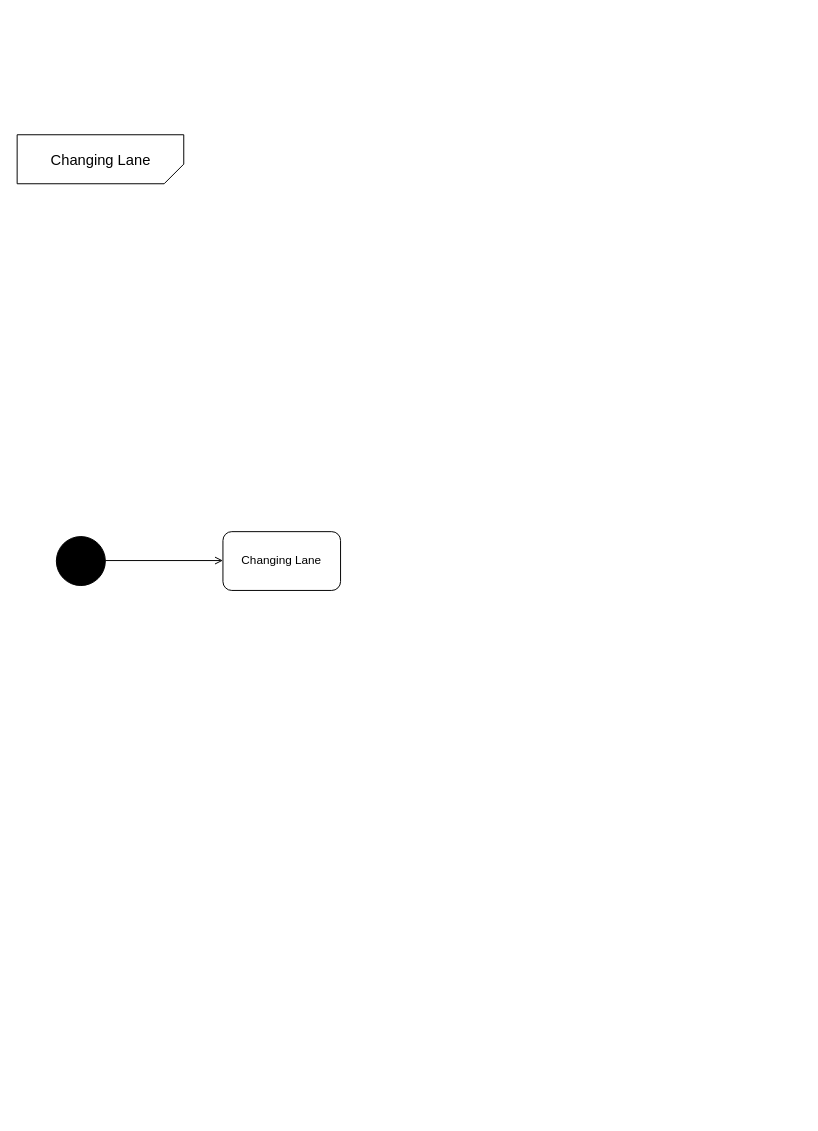
Above: page "changing lane" (5 of 5) of state-diagram.drawio in gordonpn/soen331-assignment2 (draw.io), before the change. Source tidied: cells renumbered, new cells numbered last; positions are measured from the earlier drawing's top-left corner, leaving out a move shared by most shapes. Both pictures are drawn from the tidied source at 98%, with x=0, y=0 at pixel (17, 134).
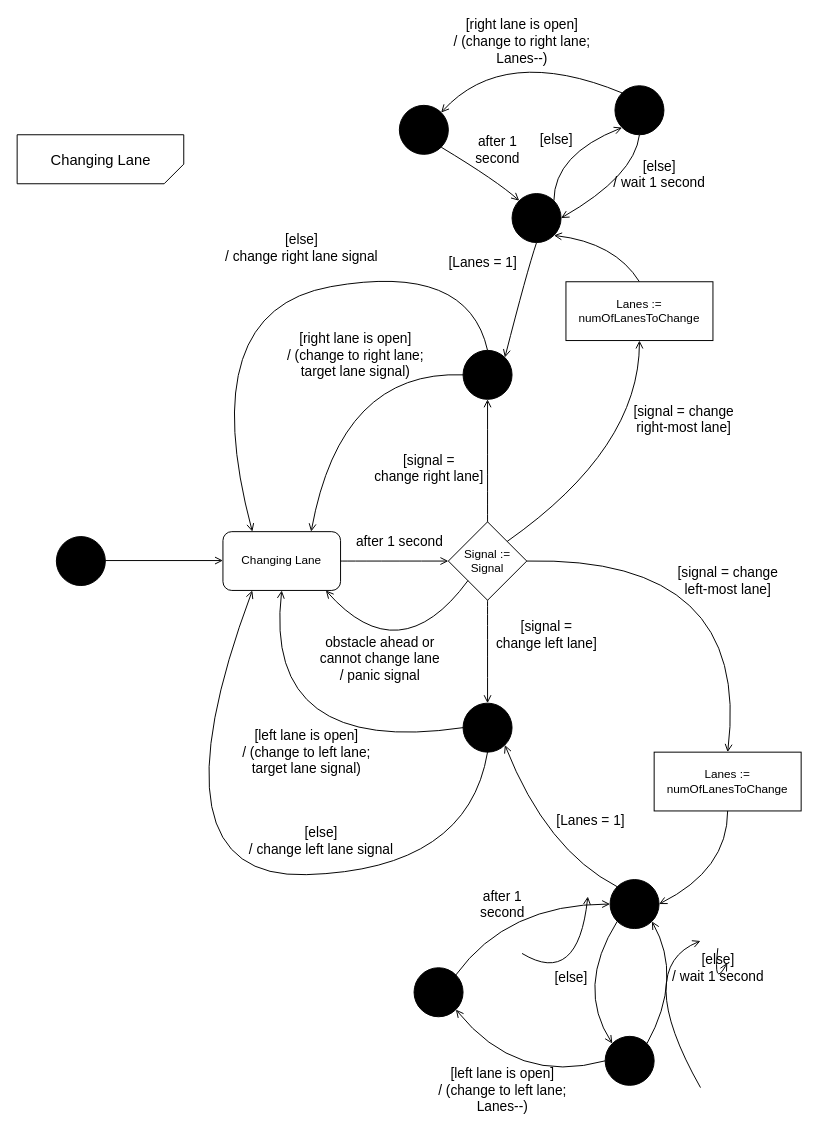
The same diagram, later.

Commit message (it also covers changes not shown here):
completed changing lane sub-state diagram

The change refers to these unchanged cells:
```xml
<mxCell id="6" value="Changing Lane" style="rounded=1;whiteSpace=wrap;html=1;shadow=0;strokeColor=#000000;fillColor=#FFFFFF;align=center;" parent="1" vertex="1">
  <mxGeometry x="210" y="405" width="120" height="60" as="geometry" />
</mxCell>
```

Diff of the diagram source:
```diff
@@
+    <mxCell id="7" value="Signal := Signal" style="rhombus;whiteSpace=wrap;html=1;shadow=0;strokeColor=#000000;fillColor=#FFFFFF;align=center;" parent="1" vertex="1">
+      <mxGeometry x="440" y="395" width="80" height="80" as="geometry" />
+    </mxCell>
+    <mxCell id="8" style="curved=1;endArrow=open;html=1;endFill=0;entryX=0;entryY=0.5;entryDx=0;entryDy=0;exitX=1;exitY=0.5;exitDx=0;exitDy=0;" parent="1" edge="1" source="6" target="7">
+      <mxGeometry relative="1" as="geometry" />
+    </mxCell>
+    <mxCell id="9" value="&lt;span style=&quot;font-size: 14px&quot;&gt;after 1 second&lt;/span&gt;" style="text;html=1;align=center;verticalAlign=middle;" parent="1" vertex="1">
+      <mxGeometry x="340" y="405" width="100" height="20" as="geometry" />
+    </mxCell>
+    <mxCell id="10" style="curved=1;endArrow=open;html=1;endFill=0;entryX=0.5;entryY=0;entryDx=0;entryDy=0;exitX=0.5;exitY=1;exitDx=0;exitDy=0;" parent="1" edge="1" source="7" target="29">
+      <mxGeometry relative="1" as="geometry" />
+    </mxCell>
+    <mxCell id="11" value="&lt;span style=&quot;font-size: 14px&quot;&gt;[signal =&lt;br&gt;change left lane]&lt;br&gt;&lt;/span&gt;" style="text;html=1;align=center;verticalAlign=middle;" parent="1" vertex="1">
+      <mxGeometry x="480" y="490" width="120" height="40" as="geometry" />
+    </mxCell>
+    <mxCell id="12" value="&lt;span style=&quot;font-size: 14px&quot;&gt;[signal =&lt;br&gt;change right lane]&lt;br&gt;&lt;/span&gt;" style="text;html=1;align=center;verticalAlign=middle;" parent="1" vertex="1">
+      <mxGeometry x="355" y="320" width="130" height="40" as="geometry" />
+    </mxCell>
+    <mxCell id="13" style="curved=1;endArrow=open;html=1;endFill=0;exitX=0.5;exitY=0;exitDx=0;exitDy=0;entryX=0.5;entryY=1;entryDx=0;entryDy=0;" parent="1" edge="1" source="7" target="28">
+      <mxGeometry relative="1" as="geometry" />
+    </mxCell>
+    <mxCell id="14" style="curved=1;endArrow=open;html=1;endFill=0;exitX=0;exitY=1;exitDx=0;exitDy=0;entryX=0.875;entryY=1;entryDx=0;entryDy=0;entryPerimeter=0;" parent="1" edge="1" source="7" target="6">
+      <mxGeometry relative="1" as="geometry">
+        <Array as="points">
+          <mxPoint x="390" y="550" />
+        </Array>
+      </mxGeometry>
+    </mxCell>
+    <mxCell id="15" value="&lt;span style=&quot;font-size: 14px&quot;&gt;obstacle ahead or&lt;br&gt;cannot change lane&lt;br&gt;/ panic signal&lt;br&gt;&lt;/span&gt;" style="text;html=1;align=center;verticalAlign=middle;" parent="1" vertex="1">
+      <mxGeometry x="300" y="510" width="140" height="50" as="geometry" />
+    </mxCell>
+    <mxCell id="16" style="curved=1;endArrow=open;html=1;endFill=0;entryX=0.75;entryY=0;entryDx=0;entryDy=0;exitX=0;exitY=0.5;exitDx=0;exitDy=0;" parent="1" edge="1" source="28" target="6">
+      <mxGeometry relative="1" as="geometry">
+        <Array as="points">
+          <mxPoint x="330" y="240" />
+        </Array>
+      </mxGeometry>
+    </mxCell>
+    <mxCell id="17" value="&lt;span style=&quot;font-size: 14px&quot;&gt;[right lane is open]&lt;br&gt;/ (change to right lane;&lt;br&gt;target lane signal)&lt;br&gt;&lt;/span&gt;" style="text;html=1;align=center;verticalAlign=middle;" parent="1" vertex="1">
+      <mxGeometry x="270" y="200" width="150" height="50" as="geometry" />
+    </mxCell>
+    <mxCell id="18" style="curved=1;endArrow=open;html=1;endFill=0;exitX=1;exitY=0;exitDx=0;exitDy=0;entryX=0.5;entryY=1;entryDx=0;entryDy=0;" parent="1" edge="1" source="7" target="42">
+      <mxGeometry relative="1" as="geometry">
+        <Array as="points">
+          <mxPoint x="635" y="320" />
+        </Array>
+      </mxGeometry>
+    </mxCell>
+    <mxCell id="19" style="curved=1;endArrow=open;html=1;endFill=0;exitX=0;exitY=0.5;exitDx=0;exitDy=0;entryX=0.5;entryY=1;entryDx=0;entryDy=0;" parent="1" edge="1" source="29" target="6">
+      <mxGeometry relative="1" as="geometry">
+        <Array as="points">
+          <mxPoint x="250" y="635" />
+        </Array>
+      </mxGeometry>
+    </mxCell>
+    <mxCell id="20" value="&lt;span style=&quot;font-size: 14px&quot;&gt;[left lane is open]&lt;br&gt;/ (change to left lane; &lt;br&gt;target lane signal)&lt;br&gt;&lt;/span&gt;" style="text;html=1;align=center;verticalAlign=middle;" parent="1" vertex="1">
+      <mxGeometry x="220" y="605" width="150" height="50" as="geometry" />
+    </mxCell>
+    <mxCell id="21" style="curved=1;endArrow=open;html=1;endFill=0;exitX=1;exitY=0.5;exitDx=0;exitDy=0;entryX=0.5;entryY=0;entryDx=0;entryDy=0;" parent="1" edge="1" source="7" target="45">
+      <mxGeometry relative="1" as="geometry">
+        <Array as="points">
+          <mxPoint x="750" y="430" />
+        </Array>
+      </mxGeometry>
+    </mxCell>
+    <mxCell id="22" value="&lt;span style=&quot;font-size: 14px&quot;&gt;[signal = change&lt;br&gt;right-most lane]&lt;br&gt;&lt;/span&gt;" style="text;html=1;align=center;verticalAlign=middle;" parent="1" vertex="1">
+      <mxGeometry x="620" y="270" width="120" height="40" as="geometry" />
+    </mxCell>
+    <mxCell id="23" value="&lt;span style=&quot;font-size: 14px&quot;&gt;[signal = change&lt;br&gt;left-most lane]&lt;br&gt;&lt;/span&gt;" style="text;html=1;align=center;verticalAlign=middle;" parent="1" vertex="1">
+      <mxGeometry x="665" y="435" width="120" height="40" as="geometry" />
+    </mxCell>
+    <mxCell id="24" style="curved=1;endArrow=open;html=1;endFill=0;exitX=0.5;exitY=1;exitDx=0;exitDy=0;entryX=0.25;entryY=1;entryDx=0;entryDy=0;" parent="1" edge="1" source="29" target="6">
+      <mxGeometry relative="1" as="geometry">
+        <Array as="points">
+          <mxPoint x="460" y="750" />
+          <mxPoint x="130" y="760" />
+        </Array>
+      </mxGeometry>
+    </mxCell>
+    <mxCell id="25" value="&lt;span style=&quot;font-size: 14px&quot;&gt;[else]&lt;br&gt;/ change left lane signal&lt;br&gt;&lt;/span&gt;" style="text;html=1;align=center;verticalAlign=middle;" parent="1" vertex="1">
+      <mxGeometry x="230" y="700" width="160" height="40" as="geometry" />
+    </mxCell>
+    <mxCell id="26" style="curved=1;endArrow=open;html=1;endFill=0;exitX=0.5;exitY=0;exitDx=0;exitDy=0;entryX=0.25;entryY=0;entryDx=0;entryDy=0;" parent="1" edge="1" source="28" target="6">
+      <mxGeometry relative="1" as="geometry">
+        <Array as="points">
+          <mxPoint x="460" y="130" />
+          <mxPoint x="180" y="180" />
+        </Array>
+      </mxGeometry>
+    </mxCell>
+    <mxCell id="27" value="&lt;span style=&quot;font-size: 14px&quot;&gt;[else]&lt;br&gt;/ change right lane signal&lt;br&gt;&lt;/span&gt;" style="text;html=1;align=center;verticalAlign=middle;" parent="1" vertex="1">
+      <mxGeometry x="205" y="95" width="170" height="40" as="geometry" />
+    </mxCell>
+    <mxCell id="28" style="ellipse;whiteSpace=wrap;html=1;align=center;fillColor=#000000;" parent="1" vertex="1">
+      <mxGeometry x="455" y="220" width="50" height="50" as="geometry" />
+    </mxCell>
+    <mxCell id="29" style="ellipse;whiteSpace=wrap;html=1;align=center;fillColor=#000000;" parent="1" vertex="1">
+      <mxGeometry x="455" y="580" width="50" height="50" as="geometry" />
+    </mxCell>
+    <mxCell id="30" style="curved=1;endArrow=open;html=1;endFill=0;entryX=1;entryY=0;entryDx=0;entryDy=0;exitX=0.5;exitY=1;exitDx=0;exitDy=0;" parent="1" edge="1" source="38" target="28">
+      <mxGeometry relative="1" as="geometry">
+        <Array as="points">
+          <mxPoint x="520" y="140" />
+        </Array>
+      </mxGeometry>
+    </mxCell>
+    <mxCell id="31" value="&lt;span style=&quot;font-size: 14px&quot;&gt;[Lanes = 1]&lt;br&gt;&lt;/span&gt;" style="text;html=1;align=center;verticalAlign=middle;" parent="1" vertex="1">
+      <mxGeometry x="430" y="120" width="90" height="20" as="geometry" />
+    </mxCell>
+    <mxCell id="32" value="&lt;span style=&quot;font-size: 14px&quot;&gt;[else]&lt;br&gt;&lt;/span&gt;" style="text;html=1;align=center;verticalAlign=middle;" parent="1" vertex="1">
+      <mxGeometry x="525" y="-5" width="50" height="20" as="geometry" />
+    </mxCell>
+    <mxCell id="33" style="ellipse;whiteSpace=wrap;html=1;align=center;fillColor=#000000;" parent="1" vertex="1">
+      <mxGeometry x="610" y="-50" width="50" height="50" as="geometry" />
+    </mxCell>
+    <mxCell id="34" style="curved=1;endArrow=open;html=1;endFill=0;entryX=0;entryY=1;entryDx=0;entryDy=0;exitX=1;exitY=0;exitDx=0;exitDy=0;" parent="1" edge="1" source="38" target="33">
+      <mxGeometry relative="1" as="geometry">
+        <Array as="points">
+          <mxPoint x="548" y="20" />
+        </Array>
+      </mxGeometry>
+    </mxCell>
+    <mxCell id="35" style="curved=1;endArrow=open;html=1;endFill=0;exitX=0;exitY=0;exitDx=0;exitDy=0;entryX=1;entryY=0;entryDx=0;entryDy=0;" parent="1" edge="1" source="33" target="36">
+      <mxGeometry relative="1" as="geometry">
+        <Array as="points">
+          <mxPoint x="496.2" y="-92.7" />
+        </Array>
+      </mxGeometry>
+    </mxCell>
+    <mxCell id="36" style="ellipse;whiteSpace=wrap;html=1;align=center;fillColor=#000000;" parent="1" vertex="1">
+      <mxGeometry x="390" y="-30" width="50" height="50" as="geometry" />
+    </mxCell>
+    <mxCell id="37" value="&lt;span style=&quot;font-size: 14px&quot;&gt;[right lane is open]&lt;br&gt;/ (change to right lane;&lt;br&gt;Lanes--)&lt;br&gt;&lt;/span&gt;" style="text;html=1;align=center;verticalAlign=middle;" parent="1" vertex="1">
+      <mxGeometry x="440" y="-120" width="150" height="50" as="geometry" />
+    </mxCell>
+    <mxCell id="38" style="ellipse;whiteSpace=wrap;html=1;align=center;fillColor=#000000;" parent="1" vertex="1">
+      <mxGeometry x="505" y="60" width="50" height="50" as="geometry" />
+    </mxCell>
+    <mxCell id="39" style="curved=1;endArrow=open;html=1;endFill=0;entryX=1;entryY=1;entryDx=0;entryDy=0;exitX=0.5;exitY=0;exitDx=0;exitDy=0;" parent="1" edge="1" source="42" target="38">
+      <mxGeometry relative="1" as="geometry">
+        <Array as="points">
+          <mxPoint x="610" y="110" />
+        </Array>
+      </mxGeometry>
+    </mxCell>
+    <mxCell id="40" value="&lt;span style=&quot;font-size: 14px&quot;&gt;after 1&lt;br&gt;second&lt;br&gt;&lt;/span&gt;" style="text;html=1;align=center;verticalAlign=middle;" parent="1" vertex="1">
+      <mxGeometry x="460" y="-5" width="60" height="40" as="geometry" />
+    </mxCell>
+    <mxCell id="41" style="curved=1;endArrow=open;html=1;endFill=0;entryX=0;entryY=0;entryDx=0;entryDy=0;exitX=1;exitY=1;exitDx=0;exitDy=0;" parent="1" edge="1" source="36" target="38">
+      <mxGeometry relative="1" as="geometry">
+        <Array as="points">
+          <mxPoint x="490" y="47.3" />
+        </Array>
+      </mxGeometry>
+    </mxCell>
+    <mxCell id="42" value="Lanes := numOfLanesToChange" style="rounded=0;whiteSpace=wrap;html=1;shadow=0;strokeColor=#000000;fillColor=#FFFFFF;align=center;" parent="1" vertex="1">
+      <mxGeometry x="560" y="150" width="150" height="60" as="geometry" />
+    </mxCell>
+    <mxCell id="43" value="&lt;span style=&quot;font-size: 14px&quot;&gt;[else]&lt;br&gt;/ wait 1 second&lt;br&gt;&lt;/span&gt;" style="text;html=1;align=center;verticalAlign=middle;" parent="1" vertex="1">
+      <mxGeometry x="600" y="20" width="110" height="40" as="geometry" />
+    </mxCell>
+    <mxCell id="44" style="curved=1;endArrow=open;html=1;endFill=0;entryX=1;entryY=0.5;entryDx=0;entryDy=0;exitX=0.5;exitY=1;exitDx=0;exitDy=0;" parent="1" edge="1" source="33" target="38">
+      <mxGeometry relative="1" as="geometry">
+        <Array as="points">
+          <mxPoint x="630" y="42" />
+        </Array>
+      </mxGeometry>
+    </mxCell>
+    <mxCell id="45" value="Lanes := numOfLanesToChange" style="rounded=0;whiteSpace=wrap;html=1;shadow=0;strokeColor=#000000;fillColor=#FFFFFF;align=center;" parent="1" vertex="1">
+      <mxGeometry x="650" y="630" width="150" height="60" as="geometry" />
+    </mxCell>
+    <mxCell id="46" style="curved=1;endArrow=open;html=1;endFill=0;exitX=0.5;exitY=1;exitDx=0;exitDy=0;entryX=1;entryY=0.5;entryDx=0;entryDy=0;" parent="1" edge="1" source="45" target="50">
+      <mxGeometry relative="1" as="geometry">
+        <Array as="points">
+          <mxPoint x="725" y="750" />
+        </Array>
+      </mxGeometry>
+    </mxCell>
+    <mxCell id="47" style="curved=1;endArrow=open;html=1;endFill=0;entryX=1;entryY=0.5;entryDx=0;entryDy=0;exitX=0.5;exitY=1;exitDx=0;exitDy=0;" parent="1" edge="1">
+      <mxGeometry relative="1" as="geometry">
+        <mxPoint x="715" y="830" as="sourcePoint" />
+        <mxPoint x="724.6" y="845" as="targetPoint" />
+        <Array as="points">
+          <mxPoint x="710" y="872" />
+        </Array>
+      </mxGeometry>
+    </mxCell>
+    <mxCell id="48" style="curved=1;endArrow=open;html=1;endFill=0;entryX=0;entryY=1;entryDx=0;entryDy=0;exitX=1;exitY=0;exitDx=0;exitDy=0;" parent="1" edge="1">
+      <mxGeometry relative="1" as="geometry">
+        <mxPoint x="697.3" y="972.3" as="sourcePoint" />
+        <mxPoint x="697.3" y="822.7" as="targetPoint" />
+        <Array as="points">
+          <mxPoint x="628" y="850" />
+        </Array>
+      </mxGeometry>
+    </mxCell>
+    <mxCell id="49" style="curved=1;endArrow=open;html=1;endFill=0;entryX=0;entryY=0;entryDx=0;entryDy=0;exitX=1;exitY=1;exitDx=0;exitDy=0;" parent="1" edge="1">
+      <mxGeometry relative="1" as="geometry">
+        <mxPoint x="515.2" y="835.4" as="sourcePoint" />
+        <mxPoint x="582.3" y="777.3" as="targetPoint" />
+        <Array as="points">
+          <mxPoint x="572.5" y="870" />
+        </Array>
+      </mxGeometry>
+    </mxCell>
+    <mxCell id="50" style="ellipse;whiteSpace=wrap;html=1;align=center;fillColor=#000000;" parent="1" vertex="1">
+      <mxGeometry x="605" y="760" width="50" height="50" as="geometry" />
+    </mxCell>
+    <mxCell id="51" value="&lt;span style=&quot;font-size: 14px&quot;&gt;[Lanes = 1]&lt;br&gt;&lt;/span&gt;" style="text;html=1;align=center;verticalAlign=middle;" parent="1" vertex="1">
+      <mxGeometry x="540" y="690" width="90" height="20" as="geometry" />
+    </mxCell>
+    <mxCell id="52" style="curved=1;endArrow=open;html=1;endFill=0;entryX=1;entryY=1;entryDx=0;entryDy=0;exitX=0;exitY=0;exitDx=0;exitDy=0;" parent="1" edge="1" source="50" target="29">
+      <mxGeometry relative="1" as="geometry">
+        <Array as="points">
+          <mxPoint x="540" y="730" />
+        </Array>
+      </mxGeometry>
+    </mxCell>
+    <mxCell id="53" style="ellipse;whiteSpace=wrap;html=1;align=center;fillColor=#000000;" parent="1" vertex="1">
+      <mxGeometry x="600" y="920" width="50" height="50" as="geometry" />
+    </mxCell>
+    <mxCell id="54" style="curved=1;endArrow=open;html=1;endFill=0;exitX=0;exitY=1;exitDx=0;exitDy=0;entryX=0;entryY=0;entryDx=0;entryDy=0;" parent="1" edge="1" source="50" target="53">
+      <mxGeometry relative="1" as="geometry">
+        <Array as="points">
+          <mxPoint x="570" y="870" />
+        </Array>
+      </mxGeometry>
+    </mxCell>
+    <mxCell id="55" style="curved=1;endArrow=open;html=1;endFill=0;entryX=1;entryY=1;entryDx=0;entryDy=0;exitX=1;exitY=0;exitDx=0;exitDy=0;" parent="1" edge="1" source="53" target="50">
+      <mxGeometry relative="1" as="geometry">
+        <Array as="points">
+          <mxPoint x="680" y="860" />
+        </Array>
+      </mxGeometry>
+    </mxCell>
+    <mxCell id="56" value="&lt;span style=&quot;font-size: 14px&quot;&gt;[else]&lt;br&gt;/ wait 1 second&lt;br&gt;&lt;/span&gt;" style="text;html=1;align=center;verticalAlign=middle;" parent="1" vertex="1">
+      <mxGeometry x="660" y="830" width="110" height="40" as="geometry" />
+    </mxCell>
+    <mxCell id="57" value="&lt;span style=&quot;font-size: 14px&quot;&gt;[else]&lt;br&gt;&lt;/span&gt;" style="text;html=1;align=center;verticalAlign=middle;" parent="1" vertex="1">
+      <mxGeometry x="540" y="850" width="50" height="20" as="geometry" />
+    </mxCell>
+    <mxCell id="58" style="ellipse;whiteSpace=wrap;html=1;align=center;fillColor=#000000;" parent="1" vertex="1">
+      <mxGeometry x="405" y="850" width="50" height="50" as="geometry" />
+    </mxCell>
+    <mxCell id="59" style="curved=1;endArrow=open;html=1;endFill=0;entryX=0;entryY=0.5;entryDx=0;entryDy=0;exitX=1;exitY=0;exitDx=0;exitDy=0;" parent="1" edge="1" source="58" target="50">
+      <mxGeometry relative="1" as="geometry">
+        <Array as="points">
+          <mxPoint x="500" y="785" />
+        </Array>
+      </mxGeometry>
+    </mxCell>
+    <mxCell id="60" value="&lt;span style=&quot;font-size: 14px&quot;&gt;after 1&lt;br&gt;second&lt;br&gt;&lt;/span&gt;" style="text;html=1;align=center;verticalAlign=middle;" parent="1" vertex="1">
+      <mxGeometry x="465" y="765" width="60" height="40" as="geometry" />
+    </mxCell>
+    <mxCell id="61" style="curved=1;endArrow=open;html=1;endFill=0;exitX=0;exitY=0.5;exitDx=0;exitDy=0;entryX=1;entryY=1;entryDx=0;entryDy=0;" parent="1" edge="1" source="53" target="58">
+      <mxGeometry relative="1" as="geometry">
+        <Array as="points">
+          <mxPoint x="510" y="970" />
+        </Array>
+      </mxGeometry>
+    </mxCell>
+    <mxCell id="62" value="&lt;span style=&quot;font-size: 14px&quot;&gt;[left lane is open]&lt;br&gt;/ (change to left lane;&lt;br&gt;Lanes--)&lt;br&gt;&lt;/span&gt;" style="text;html=1;align=center;verticalAlign=middle;" parent="1" vertex="1">
+      <mxGeometry x="420" y="950" width="150" height="50" as="geometry" />
+    </mxCell>
```
